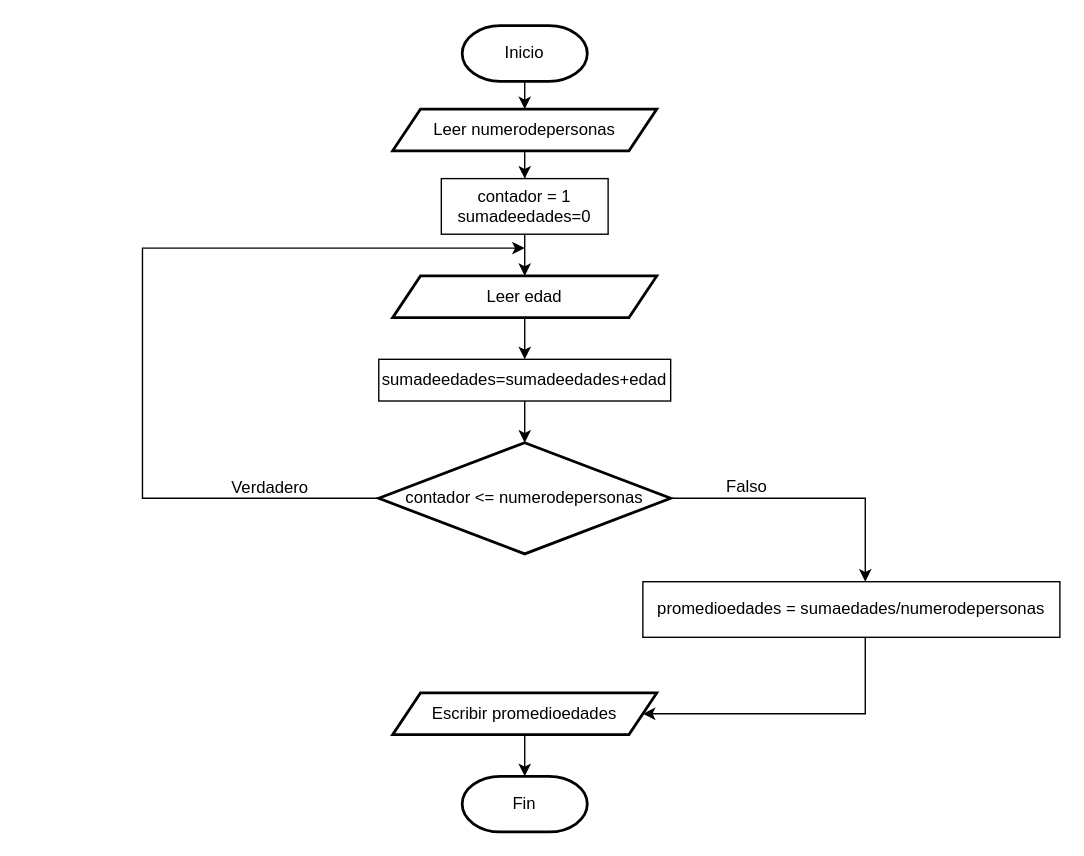
Earlier version of the draw.io diagram page "Page-3" (3 of 4) of Untitled Diagram.drawio (Theo-17/PRACTICA-1). Source tidied: cells renumbered, new cells numbered last; positions are measured from the earlier drawing's top-left corner, leaving out a move shared by most shapes. Both pictures are drawn from the tidied source at 139%, with x=0, y=0 at pixel (142, 25).
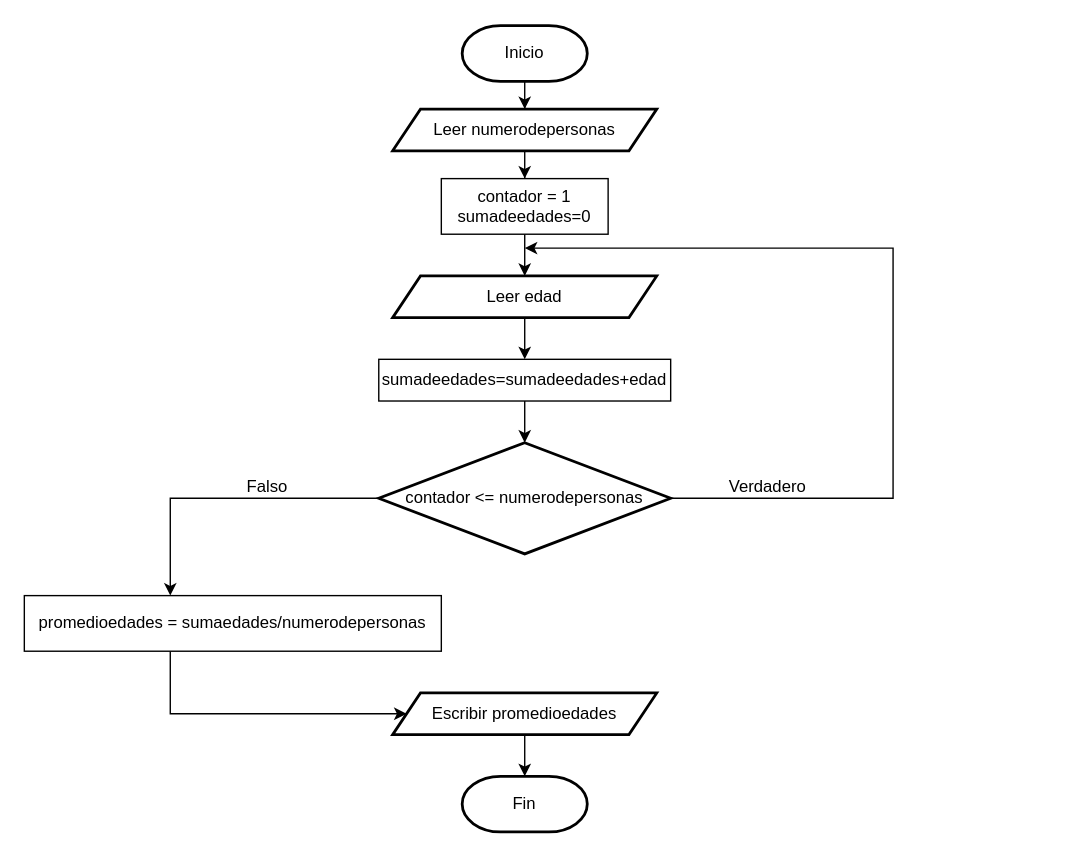
Above is the later version.

Unchanged cells that the change refers to:
```xml
<mxCell id="8" value="contador &amp;lt;= numerodepersonas" style="strokeWidth=2;html=1;shape=mxgraph.flowchart.decision;whiteSpace=wrap;" parent="1" vertex="1">
  <mxGeometry x="170" y="300" width="210" height="80" as="geometry" />
</mxCell>
<mxCell id="19" value="Escribir promedioedades" style="shape=parallelogram;perimeter=parallelogramPerimeter;whiteSpace=wrap;html=1;fixedSize=1;strokeWidth=2;" parent="1" vertex="1">
  <mxGeometry x="180" y="480" width="190" height="30" as="geometry" />
</mxCell>
```

The edit, as a diff of the source:
```diff
@@
     <mxCell id="6" style="edgeStyle=orthogonalEdgeStyle;rounded=0;jettySize=auto;html=1;" parent="1" edge="1" source="8">
       <mxGeometry relative="1" as="geometry">
         <mxPoint x="275" y="160" as="targetPoint" />
         <Array as="points">
-          <mxPoint y="340" />
-          <mxPoint y="160" />
+          <mxPoint x="540" y="340" />
+          <mxPoint x="540" y="160" />
         </Array>
       </mxGeometry>
     </mxCell>
     <mxCell id="7" style="edgeStyle=orthogonalEdgeStyle;rounded=0;jettySize=auto;html=1;" parent="1" edge="1" source="8" target="17">
       <mxGeometry relative="1" as="geometry">
         <Array as="points">
-          <mxPoint x="520" y="340" />
+          <mxPoint x="20" y="340" />
         </Array>
       </mxGeometry>
     </mxCell>
@@
     <mxCell id="15" value="Verdadero" style="text;html=1;strokeColor=none;fillColor=none;align=center;verticalAlign=middle;whiteSpace=wrap;rounded=0;" parent="1" vertex="1">
-      <mxGeometry x="62" y="318" width="60" height="30" as="geometry" />
+      <mxGeometry x="420" y="317" width="60" height="30" as="geometry" />
     </mxCell>
-    <mxCell id="16" style="edgeStyle=orthogonalEdgeStyle;rounded=0;jettySize=auto;html=1;entryX=1;entryY=0.5;entryDx=0;entryDy=0;" parent="1" edge="1" source="17" target="19">
+    <mxCell id="16" style="edgeStyle=orthogonalEdgeStyle;rounded=0;jettySize=auto;html=1;entryX=0;entryY=0.5;entryDx=0;entryDy=0;" parent="1" edge="1" source="17" target="19">
       <mxGeometry relative="1" as="geometry">
         <Array as="points">
-          <mxPoint x="520" y="495" />
+          <mxPoint x="20" y="495" />
         </Array>
       </mxGeometry>
     </mxCell>
     <mxCell id="17" value="promedioedades = sumaedades/numerodepersonas" style="rounded=0;whiteSpace=wrap;html=1;" parent="1" vertex="1">
-      <mxGeometry x="360" y="400" width="300" height="40" as="geometry" />
+      <mxGeometry x="-85" y="410" width="300" height="40" as="geometry" />
     </mxCell>
     <mxCell id="18" value="Falso" style="text;html=1;strokeColor=none;fillColor=none;align=center;verticalAlign=middle;whiteSpace=wrap;rounded=0;" parent="1" vertex="1">
-      <mxGeometry x="405" y="317" width="60" height="30" as="geometry" />
+      <mxGeometry x="60" y="317" width="60" height="30" as="geometry" />
     </mxCell>
```
